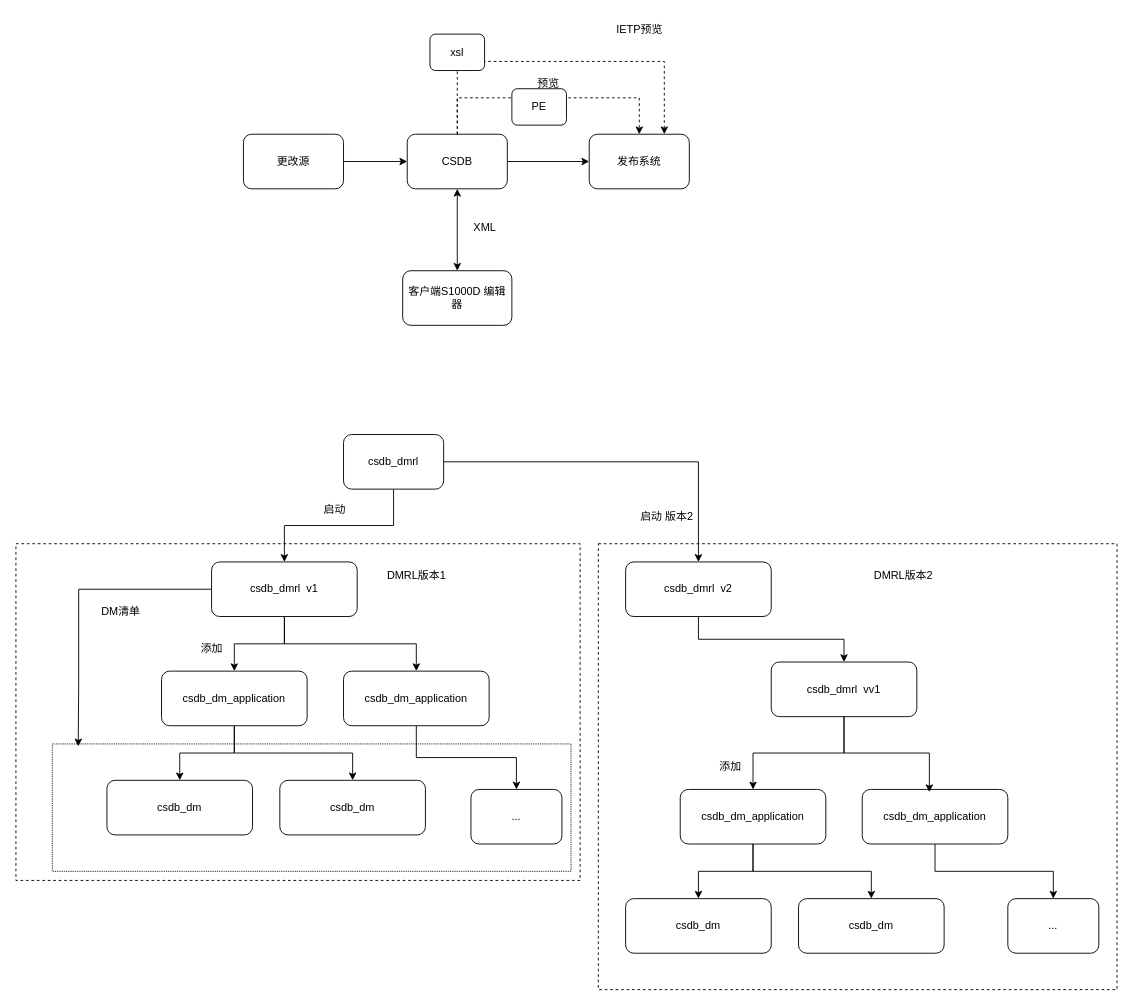
This is csdb/csdb系统交互.drawio from DemonHan/KuickBuy, a draw.io file, before an edit. Source tidied: cells renumbered, new cells numbered last; positions are measured from the earlier drawing's top-left corner, leaving out a move shared by most shapes. Both pictures are drawn from the tidied source at 91%, with x=0, y=0 at pixel (15, 15).
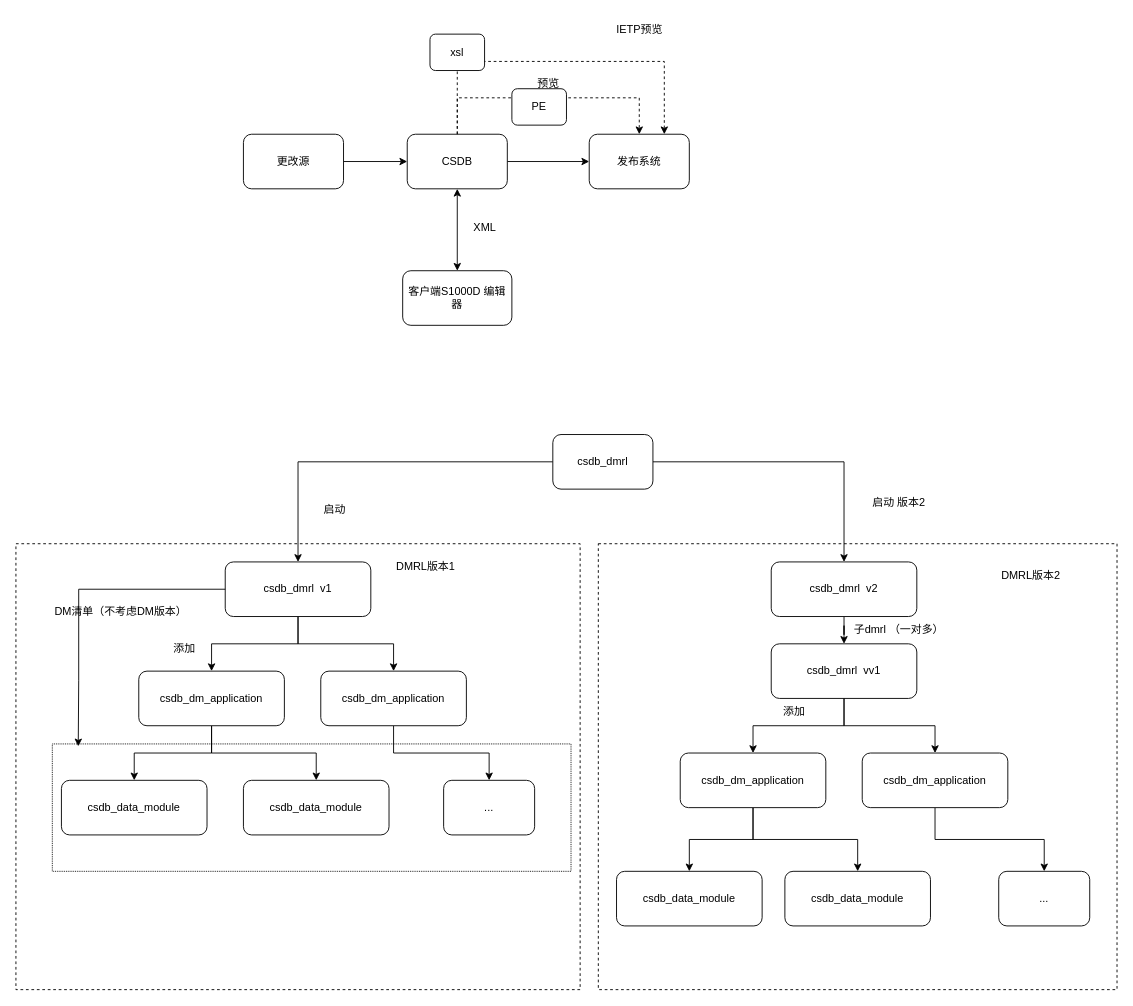
The same diagram, later.

Commit message:
更新csdb系统交互.drawio

Diff of the diagram source:
```diff
@@
     <mxCell id="2" style="rounded=0;whiteSpace=wrap;html=1;dashed=1;" parent="1" vertex="1">
-      <mxGeometry y="580" width="620" height="370" as="geometry" />
+      <mxGeometry y="580" width="620" height="490" as="geometry" />
     </mxCell>
@@
-    <mxCell id="17" style="edgeStyle=orthogonalEdgeStyle;rounded=0;jettySize=auto;html=1;entryX=0.5;entryY=0;entryDx=0;entryDy=0;" parent="1" edge="1" source="19" target="22">
+    <mxCell id="17" style="edgeStyle=orthogonalEdgeStyle;rounded=0;jettySize=auto;html=1;entryX=0.5;entryY=0;entryDx=0;entryDy=0;exitX=0;exitY=0.5;exitDx=0;exitDy=0;" parent="1" edge="1" source="19" target="22">
       <mxGeometry relative="1" as="geometry" />
     </mxCell>
@@
     <mxCell id="19" value="csdb_dmrl" style="rounded=1;whiteSpace=wrap;html=1;" parent="1" vertex="1">
-      <mxGeometry x="360" y="460" width="110" height="60" as="geometry" />
+      <mxGeometry x="590" y="460" width="110" height="60" as="geometry" />
     </mxCell>
@@
     <mxCell id="22" value="csdb_dmrl&amp;nbsp; v1" style="rounded=1;whiteSpace=wrap;html=1;" parent="1" vertex="1">
-      <mxGeometry x="215" y="600" width="160" height="60" as="geometry" />
+      <mxGeometry x="230" y="600" width="160" height="60" as="geometry" />
     </mxCell>
@@
     <mxCell id="26" value="csdb_dm_application" style="rounded=1;whiteSpace=wrap;html=1;" parent="1" vertex="1">
-      <mxGeometry x="160" y="720" width="160" height="60" as="geometry" />
+      <mxGeometry x="135" y="720" width="160" height="60" as="geometry" />
     </mxCell>
     <mxCell id="27" value="添加" style="text;html=1;align=center;verticalAlign=middle;strokeColor=none;fillColor=none;" parent="1" vertex="1">
-      <mxGeometry x="190" y="680" width="50" height="30" as="geometry" />
+      <mxGeometry x="160" y="680" width="50" height="30" as="geometry" />
     </mxCell>
-    <mxCell id="28" value="csdb_dm" style="rounded=1;whiteSpace=wrap;html=1;" parent="1" vertex="1">
-      <mxGeometry x="100" y="840" width="160" height="60" as="geometry" />
+    <mxCell id="28" value="csdb_data_module" style="rounded=1;whiteSpace=wrap;html=1;" parent="1" vertex="1">
+      <mxGeometry x="50" y="840" width="160" height="60" as="geometry" />
     </mxCell>
-    <mxCell id="29" value="csdb_dm" style="rounded=1;whiteSpace=wrap;html=1;" parent="1" vertex="1">
-      <mxGeometry x="290" y="840" width="160" height="60" as="geometry" />
+    <mxCell id="29" value="csdb_data_module" style="rounded=1;whiteSpace=wrap;html=1;" parent="1" vertex="1">
+      <mxGeometry x="250" y="840" width="160" height="60" as="geometry" />
     </mxCell>
@@
     <mxCell id="31" value="csdb_dm_application" style="rounded=1;whiteSpace=wrap;html=1;" parent="1" vertex="1">
-      <mxGeometry x="360" y="720" width="160" height="60" as="geometry" />
+      <mxGeometry x="335" y="720" width="160" height="60" as="geometry" />
     </mxCell>
     <mxCell id="32" value="..." style="rounded=1;whiteSpace=wrap;html=1;" parent="1" vertex="1">
-      <mxGeometry x="500" y="850" width="100" height="60" as="geometry" />
+      <mxGeometry x="470" y="840" width="100" height="60" as="geometry" />
     </mxCell>
@@
     <mxCell id="34" value="csdb_dmrl&amp;nbsp; v2" style="rounded=1;whiteSpace=wrap;html=1;" parent="1" vertex="1">
-      <mxGeometry x="670" y="600" width="160" height="60" as="geometry" />
+      <mxGeometry x="830" y="600" width="160" height="60" as="geometry" />
     </mxCell>
     <mxCell id="35" value="启动&amp;nbsp;版本2" style="text;html=1;align=center;verticalAlign=middle;strokeColor=none;fillColor=none;" parent="1" vertex="1">
-      <mxGeometry x="675" y="535" width="80" height="30" as="geometry" />
+      <mxGeometry x="930" y="520" width="80" height="30" as="geometry" />
     </mxCell>
@@
     <mxCell id="37" value="csdb_dmrl&amp;nbsp; vv1" style="rounded=1;whiteSpace=wrap;html=1;" parent="1" vertex="1">
-      <mxGeometry x="830" y="710" width="160" height="60" as="geometry" />
+      <mxGeometry x="830" y="690" width="160" height="60" as="geometry" />
     </mxCell>
@@
     <mxCell id="40" value="csdb_dm_application" style="rounded=1;whiteSpace=wrap;html=1;" parent="1" vertex="1">
-      <mxGeometry x="730" y="850" width="160" height="60" as="geometry" />
+      <mxGeometry x="730" y="810" width="160" height="60" as="geometry" />
     </mxCell>
     <mxCell id="41" value="添加" style="text;html=1;align=center;verticalAlign=middle;strokeColor=none;fillColor=none;" parent="1" vertex="1">
-      <mxGeometry x="760" y="810" width="50" height="30" as="geometry" />
+      <mxGeometry x="830" y="750" width="50" height="30" as="geometry" />
     </mxCell>
-    <mxCell id="42" value="csdb_dm" style="rounded=1;whiteSpace=wrap;html=1;" parent="1" vertex="1">
-      <mxGeometry x="670" y="970" width="160" height="60" as="geometry" />
+    <mxCell id="42" value="csdb_data_module" style="rounded=1;whiteSpace=wrap;html=1;" parent="1" vertex="1">
+      <mxGeometry x="660" y="940" width="160" height="60" as="geometry" />
     </mxCell>
-    <mxCell id="43" value="csdb_dm" style="rounded=1;whiteSpace=wrap;html=1;" parent="1" vertex="1">
-      <mxGeometry x="860" y="970" width="160" height="60" as="geometry" />
+    <mxCell id="43" value="csdb_data_module" style="rounded=1;whiteSpace=wrap;html=1;" parent="1" vertex="1">
+      <mxGeometry x="845" y="940" width="160" height="60" as="geometry" />
     </mxCell>
@@
     <mxCell id="45" value="csdb_dm_application" style="rounded=1;whiteSpace=wrap;html=1;" parent="1" vertex="1">
-      <mxGeometry x="930" y="850" width="160" height="60" as="geometry" />
+      <mxGeometry x="930" y="810" width="160" height="60" as="geometry" />
     </mxCell>
     <mxCell id="46" value="..." style="rounded=1;whiteSpace=wrap;html=1;" parent="1" vertex="1">
-      <mxGeometry x="1090" y="970" width="100" height="60" as="geometry" />
+      <mxGeometry x="1080" y="940" width="100" height="60" as="geometry" />
     </mxCell>
-    <mxCell id="47" style="edgeStyle=orthogonalEdgeStyle;rounded=0;jettySize=auto;html=1;entryX=0.461;entryY=0.05;entryDx=0;entryDy=0;entryPerimeter=0;" parent="1" edge="1" source="37" target="45">
+    <mxCell id="47" style="edgeStyle=orthogonalEdgeStyle;rounded=0;jettySize=auto;html=1;entryX=0.5;entryY=0;entryDx=0;entryDy=0;" parent="1" edge="1" source="37" target="45">
       <mxGeometry relative="1" as="geometry" />
     </mxCell>
     <mxCell id="48" value="DMRL版本1" style="text;html=1;align=center;verticalAlign=middle;strokeColor=none;fillColor=none;" parent="1" vertex="1">
-      <mxGeometry x="395" y="600" width="90" height="30" as="geometry" />
+      <mxGeometry x="405" y="590" width="90" height="30" as="geometry" />
     </mxCell>
     <mxCell id="49" value="DMRL版本2" style="text;html=1;align=center;verticalAlign=middle;strokeColor=none;fillColor=none;" parent="1" vertex="1">
-      <mxGeometry x="930" y="600" width="90" height="30" as="geometry" />
+      <mxGeometry x="1070" y="600" width="90" height="30" as="geometry" />
     </mxCell>
@@
-    <mxCell id="51" value="DM清单" style="text;html=1;align=center;verticalAlign=middle;strokeColor=none;fillColor=none;" parent="1" vertex="1">
-      <mxGeometry x="80" y="640" width="70" height="30" as="geometry" />
+    <mxCell id="51" value="DM清单（不考虑DM版本）" style="text;html=1;align=center;verticalAlign=middle;strokeColor=none;fillColor=none;" parent="1" vertex="1">
+      <mxGeometry x="30" y="640" width="170" height="30" as="geometry" />
     </mxCell>
@@
+    <mxCell id="54" value="子dmrl （一对多）" style="text;html=1;align=center;verticalAlign=middle;strokeColor=none;fillColor=none;" parent="1" vertex="1">
+      <mxGeometry x="910" y="660" width="120" height="30" as="geometry" />
+    </mxCell>
```
